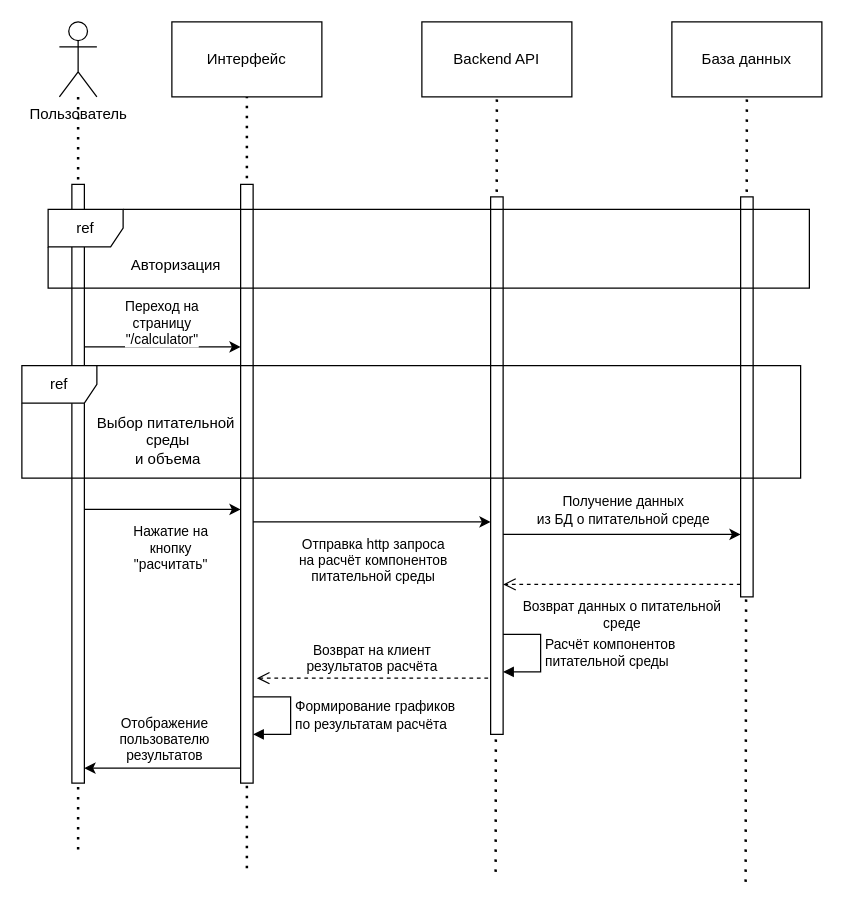
Above: sequence_use-calculator.drawio in eva01pilot/plant-tissue-diagrams (draw.io), before the change. Source tidied: cells renumbered, new cells numbered last; positions are measured from the earlier drawing's top-left corner, leaving out a move shared by most shapes. Both pictures are drawn from the tidied source at 125%, with x=0, y=0 at pixel (21, 21).
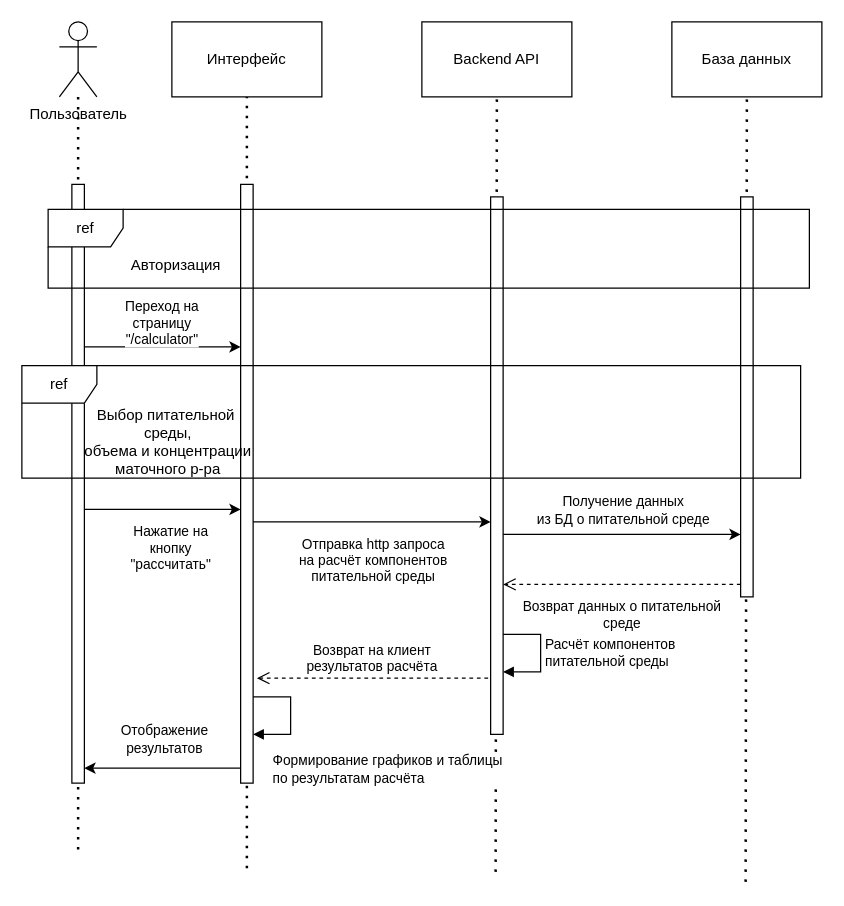
The same diagram, later.

The change refers to these unchanged cells:
```xml
<mxCell id="9" style="html=1;points=[[0,0,0,0,5],[0,1,0,0,-5],[1,0,0,0,5],[1,1,0,0,-5]];perimeter=orthogonalPerimeter;outlineConnect=0;targetShapes=umlLifeline;portConstraint=eastwest;newEdgeStyle={&quot;curved&quot;:0,&quot;rounded&quot;:0};" parent="1" vertex="1">
  <mxGeometry x="175" y="130" width="10" height="479" as="geometry" />
</mxCell>
<mxCell id="20" style="endArrow=classic;html=1;rounded=0;" parent="1" edge="1">
  <mxGeometry relative="1" as="geometry">
    <mxPoint x="50" y="390" as="sourcePoint" />
    <mxPoint x="175" y="390" as="targetPoint" />
  </mxGeometry>
</mxCell>
<mxCell id="29" style="endArrow=classic;html=1;rounded=0;" parent="1" edge="1">
  <mxGeometry relative="1" as="geometry">
    <mxPoint x="175" y="597" as="sourcePoint" />
    <mxPoint x="50" y="597" as="targetPoint" />
  </mxGeometry>
</mxCell>
```

The edit, as a diff of the source:
```diff
@@
-    <mxCell id="19" value="&lt;div&gt;Выбор питательной&lt;/div&gt;&lt;div&gt;&amp;nbsp;среды&lt;/div&gt;&amp;nbsp;и объема" style="text;html=1;align=center;verticalAlign=middle;strokeColor=none;fillColor=none;" parent="1" vertex="1">
-      <mxGeometry x="50" y="305" width="130" height="60" as="geometry" />
+    <mxCell id="19" value="&lt;div&gt;Выбор питательной&lt;/div&gt;&lt;div&gt;&amp;nbsp;среды,&lt;/div&gt;&lt;div&gt;&amp;nbsp;объема и концентрации&lt;/div&gt;&amp;nbsp;маточного р-ра" style="text;html=1;align=center;verticalAlign=middle;strokeColor=none;fillColor=none;" parent="1" vertex="1">
+      <mxGeometry x="35" y="301" width="160" height="70" as="geometry" />
     </mxCell>
@@
-    <mxCell id="21" value="&lt;div&gt;Нажатие на&lt;/div&gt;&lt;div&gt;кнопку&lt;/div&gt;&lt;div&gt;&quot;расчитать&quot;&lt;br&gt;&lt;/div&gt;" style="edgeLabel;html=1;align=center;verticalAlign=middle;" parent="20" vertex="1">
+    <mxCell id="21" value="&lt;div&gt;Нажатие на&lt;/div&gt;&lt;div&gt;кнопку&lt;/div&gt;&lt;div&gt;&quot;рассчитать&quot;&lt;br&gt;&lt;/div&gt;" style="edgeLabel;html=1;align=center;verticalAlign=middle;" parent="20" vertex="1">
       <mxGeometry x="0.16" y="2" relative="1" as="geometry">
         <mxPoint x="-5" y="32" as="offset" />
       </mxGeometry>
     </mxCell>
@@
-    <mxCell id="30" value="&lt;div&gt;Отображение &lt;br&gt;&lt;/div&gt;&lt;div&gt;пользователю&lt;/div&gt;&lt;div&gt;результатов&lt;br&gt;&lt;/div&gt;" style="edgeLabel;html=1;align=center;verticalAlign=middle;" parent="29" vertex="1">
+    <mxCell id="30" value="&lt;div&gt;Отображение &lt;br&gt;&lt;/div&gt;&lt;div&gt;результатов&lt;br&gt;&lt;/div&gt;" style="edgeLabel;html=1;align=center;verticalAlign=middle;" parent="29" vertex="1">
       <mxGeometry x="0.02" y="3" relative="1" as="geometry">
         <mxPoint x="2" y="-27" as="offset" />
       </mxGeometry>
     </mxCell>
-    <mxCell id="31" value="&lt;div&gt;Формирование графиков&lt;/div&gt;&lt;div&gt;по результатам расчёта&lt;br&gt;&lt;/div&gt;" style="html=1;align=left;spacingLeft=2;endArrow=block;rounded=0;edgeStyle=orthogonalEdgeStyle;curved=0;rounded=0;" parent="1" edge="1" target="9">
-      <mxGeometry relative="1" as="geometry">
+    <mxCell id="31" value="&lt;div&gt;Формирование графиков и таблицы&lt;br&gt;&lt;/div&gt;&lt;div&gt;по результатам расчёта&lt;br&gt;&lt;/div&gt;" style="html=1;align=left;spacingLeft=2;endArrow=block;rounded=0;edgeStyle=orthogonalEdgeStyle;curved=0;rounded=0;" parent="1" edge="1" target="9">
+      <mxGeometry x="0.73" y="28" relative="1" as="geometry">
         <mxPoint x="185" y="540" as="sourcePoint" />
         <Array as="points">
           <mxPoint x="215" y="540" />
           <mxPoint x="215" y="570" />
         </Array>
       </mxGeometry>
     </mxCell>
```
